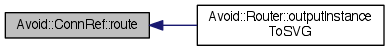
Earlier version of the Graphviz export documentation/classAvoid_1_1ConnRef_a98f24407bc92dd5a28e7c9d60d28d38b_icgraph.png (mjwybrow/adaptagrams). Its source is kept beside it as documentation/classAvoid_1_1ConnRef_a98f24407bc92dd5a28e7c9d60d28d38b_icgraph.dot. Its diagram source:
```dot
digraph "Avoid::ConnRef::route"
{
  edge [fontname="Helvetica",fontsize="10",labelfontname="Helvetica",labelfontsize="10"];
  node [fontname="Helvetica",fontsize="10",shape=record];
  rankdir="LR";
  Node1 [label="Avoid::ConnRef::route",height=0.2,width=0.4,color="black", fillcolor="grey75", style="filled" fontcolor="black"];
  Node1 -> Node2 [dir="back",color="midnightblue",fontsize="10",style="solid",fontname="Helvetica"];
  Node2 [label="Avoid::Router::outputInstance\lToSVG",height=0.2,width=0.4,color="black", fillcolor="white", style="filled",URL="$classAvoid_1_1Router.html#a458aae2d6447e0958e4916a8c29bbb47",tooltip="Generates an SVG file containing debug output and code that can be used to regenerate the instance..."];
}
```
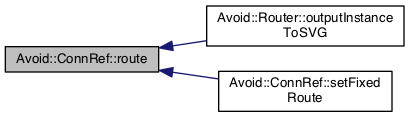
Later version of the same file.

The edit, as a diff of the source:
```diff
@@ -3,7 +3,9 @@
   edge [fontname="Helvetica",fontsize="10",labelfontname="Helvetica",labelfontsize="10"];
   node [fontname="Helvetica",fontsize="10",shape=record];
   rankdir="LR";
-  Node1 [label="Avoid::ConnRef::route",height=0.2,width=0.4,color="black", fillcolor="grey75", style="filled" fontcolor="black"];
+  Node1 [label="Avoid::ConnRef::route",height=0.2,width=0.4,color="black", fillcolor="grey75", style="filled", fontcolor="black"];
   Node1 -> Node2 [dir="back",color="midnightblue",fontsize="10",style="solid",fontname="Helvetica"];
   Node2 [label="Avoid::Router::outputInstance\lToSVG",height=0.2,width=0.4,color="black", fillcolor="white", style="filled",URL="$classAvoid_1_1Router.html#a458aae2d6447e0958e4916a8c29bbb47",tooltip="Generates an SVG file containing debug output and code that can be used to regenerate the instance..."];
+  Node1 -> Node3 [dir="back",color="midnightblue",fontsize="10",style="solid",fontname="Helvetica"];
+  Node3 [label="Avoid::ConnRef::setFixed\lRoute",height=0.2,width=0.4,color="black", fillcolor="white", style="filled",URL="$classAvoid_1_1ConnRef.html#a392eeffe4cdd76267b0d1bb654562382",tooltip="Sets a fixed user-specified route for this connector. "];
 }
```
